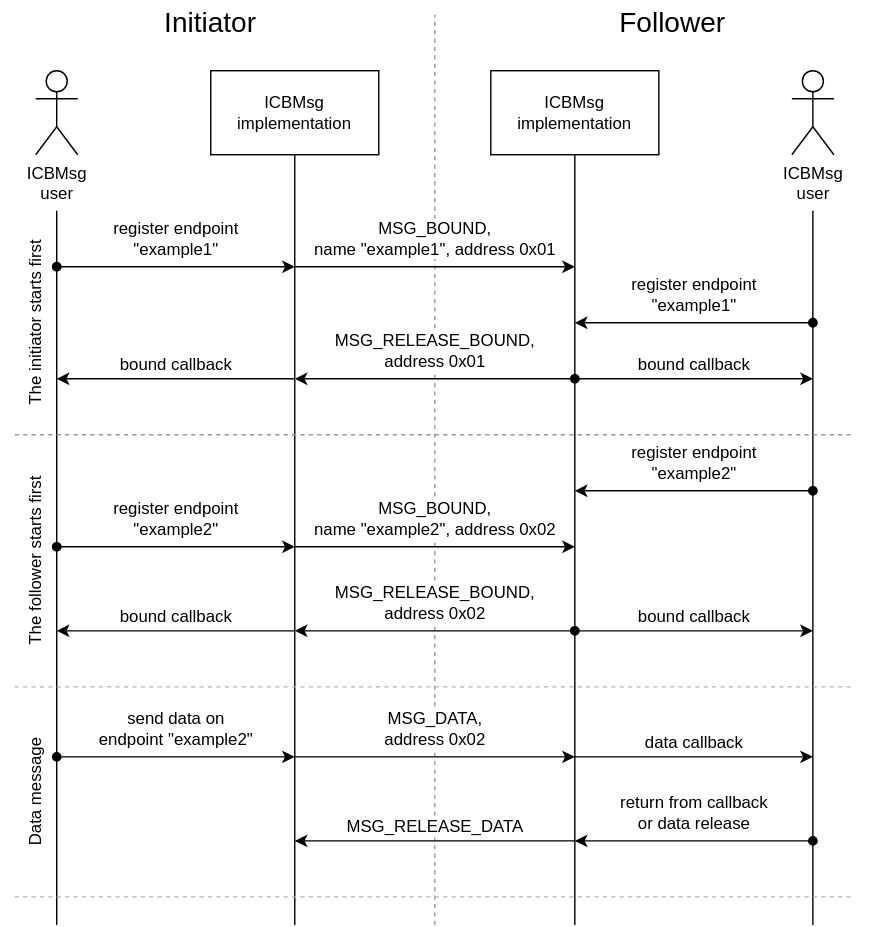
zephyrproject-rtos/zephyr keeps this draw.io diagram as doc/services/ipc/ipc_service/backends/icbmsg_flows.svg. Above is the earlier version. Source tidied: cells renumbered, new cells last; positions are measured from the earlier drawing's top-left corner, leaving out a move shared by most shapes.
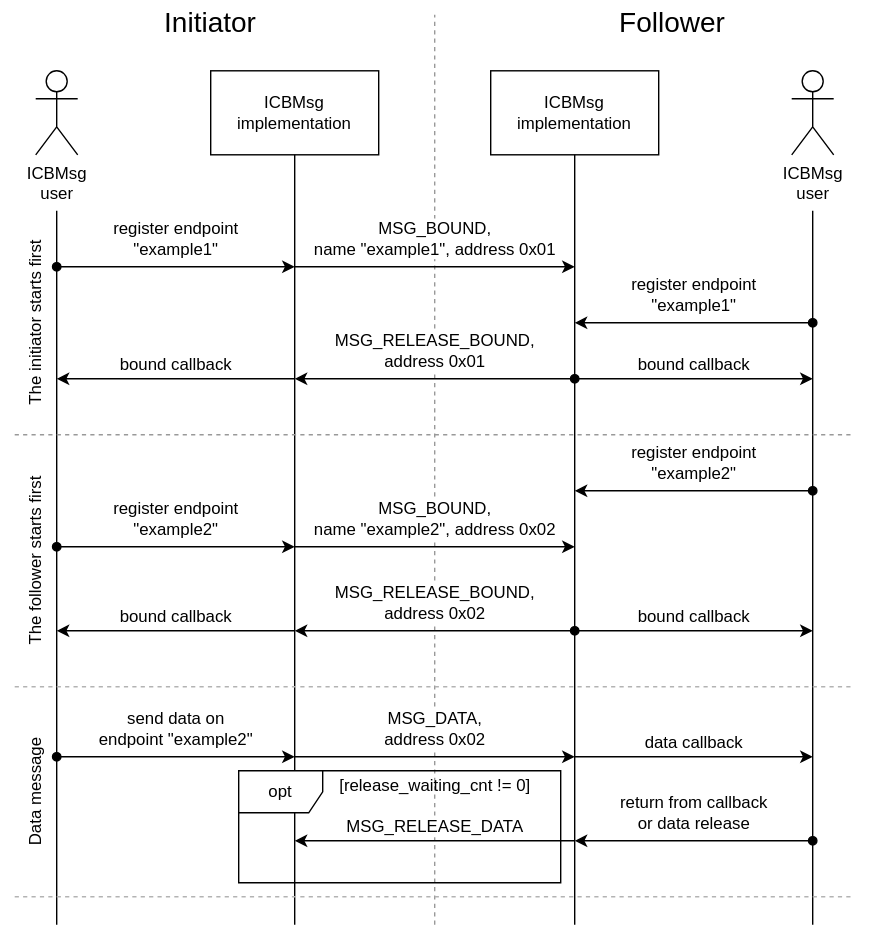
After the change.

Commit message:
doc: ipc_service: icbmsg: Update ICBMsg documentation for block management

Change to the diagram source:
```diff
@@ -174,5 +174,11 @@
         <mxPoint x="610" y="640" as="targetPoint" />
       </mxGeometry>
     </mxCell>
+    <mxCell id="36" value="opt" style="shape=umlFrame;whiteSpace=wrap;html=1;" parent="1" vertex="1">
+      <mxGeometry x="170" y="550" width="230" height="80" as="geometry" />
+    </mxCell>
+    <mxCell id="37" value="&lt;span style=&quot;font-weight: normal;&quot;&gt;[release_waiting_cnt != 0]&lt;/span&gt;" style="text;align=center;fontStyle=1;verticalAlign=middle;spacingLeft=3;spacingRight=3;strokeColor=none;html=1;" parent="1" vertex="1">
+      <mxGeometry x="270" y="548" width="80" height="26" as="geometry" />
+    </mxCell>
   </root>
 </mxGraphModel>
```
